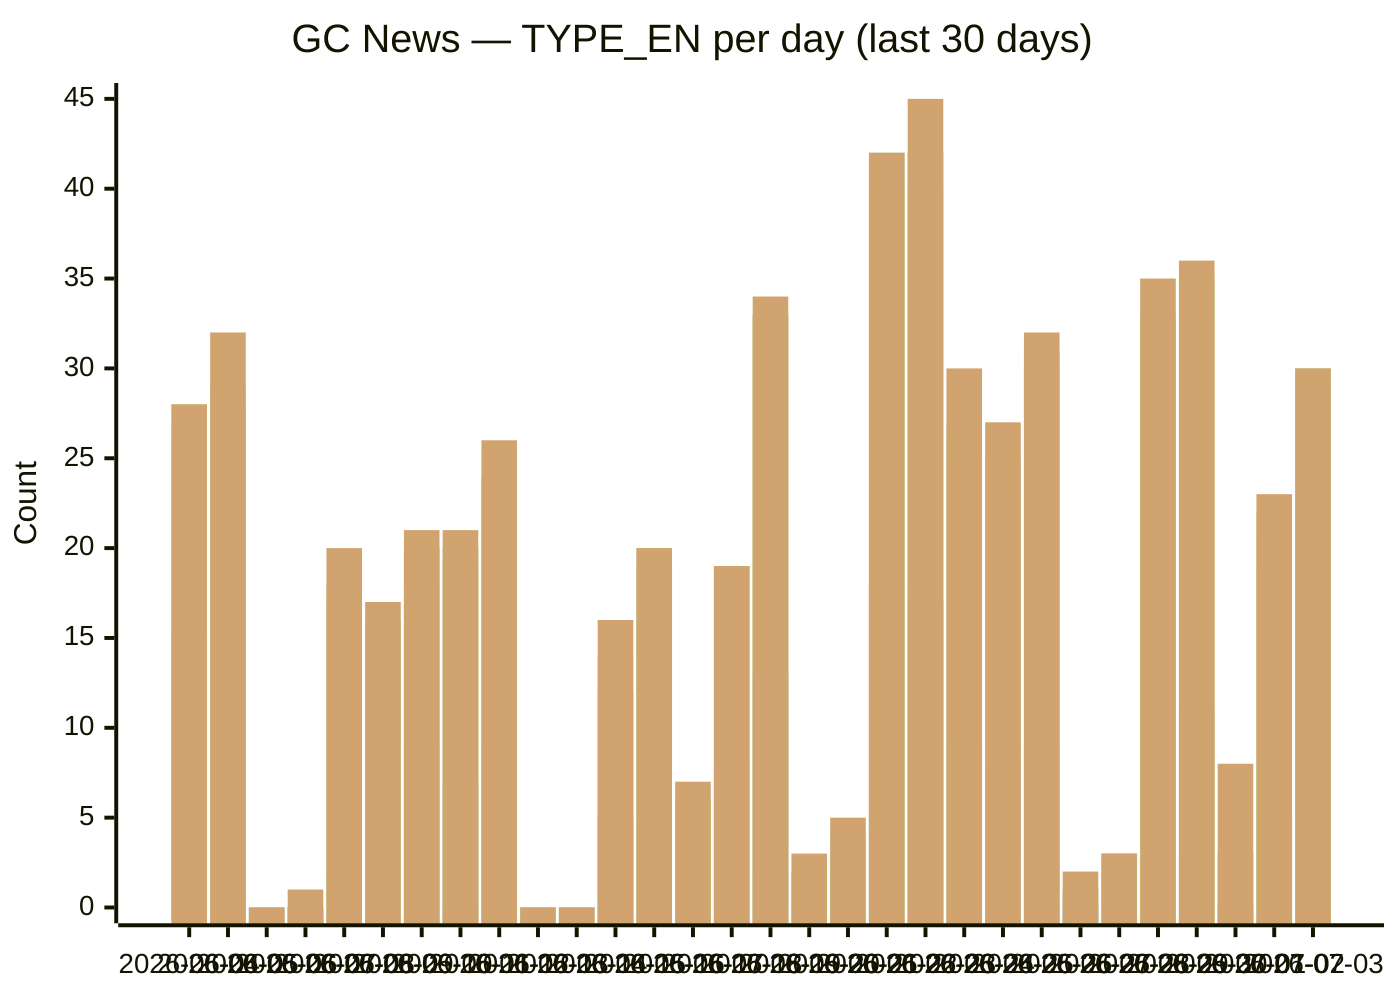
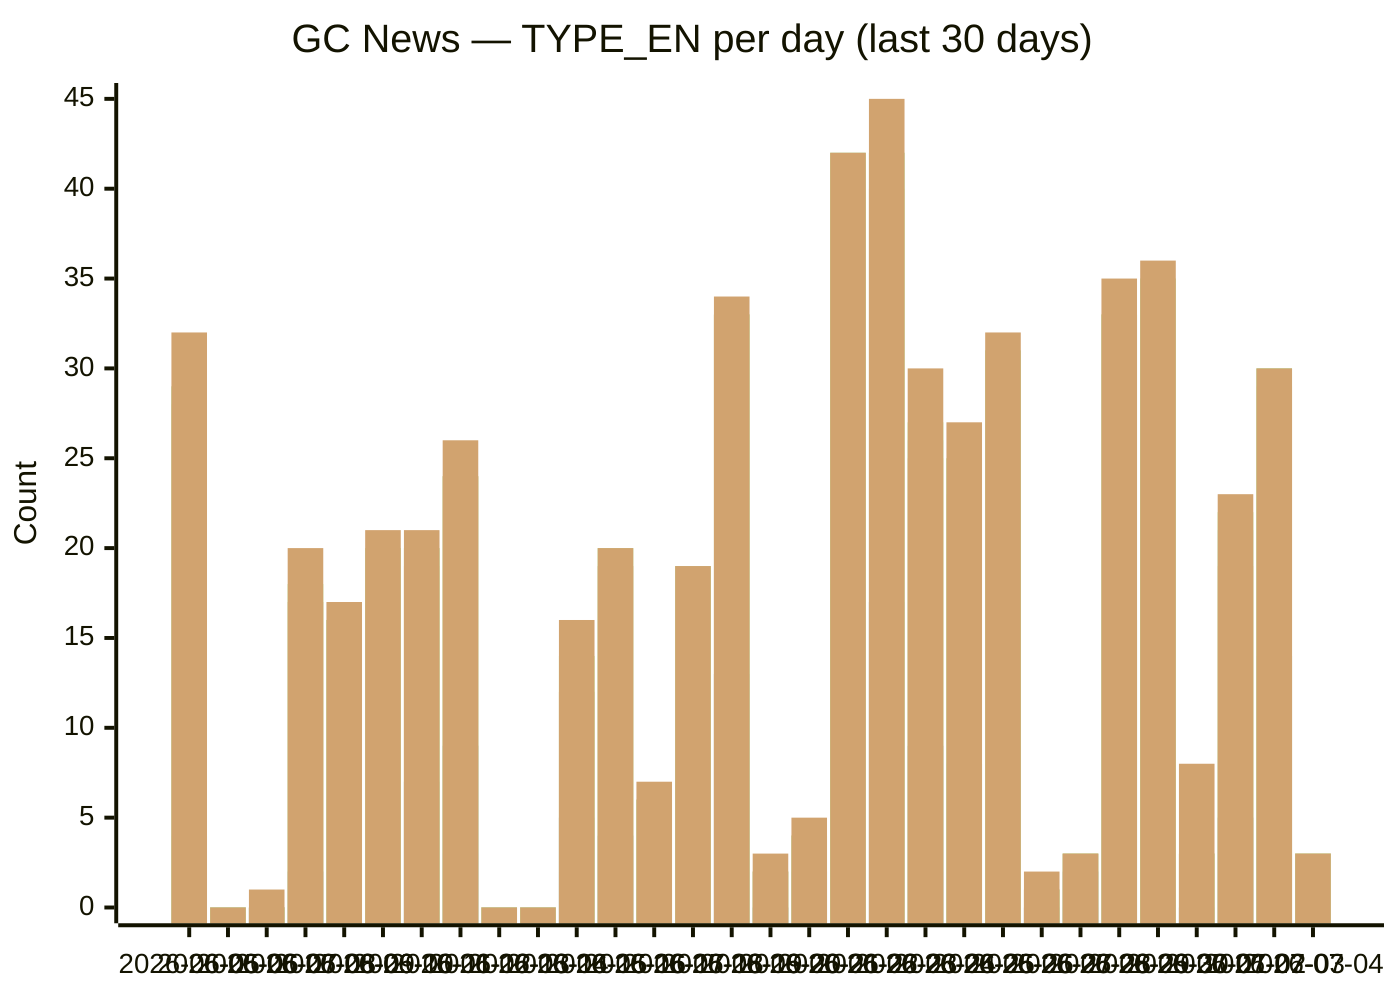
xychart-beta
  title "GC News — TYPE_EN per day (last 30 days)"
-   x-axis [2026-06-04, 2026-06-05, 2026-06-06, 2026-06-07, 2026-06-08, 2026-06-09, 2026-06-10, 2026-06-11, 2026-06-12, 2026-06-13, 2026-06-14, 2026-06-15, 2026-06-16, 2026-06-17, 2026-06-18, 2026-06-19, 2026-06-20, 2026-06-21, 2026-06-22, 2026-06-23, 2026-06-24, 2026-06-25, 2026-06-26, 2026-06-27, 2026-06-28, 2026-06-29, 2026-06-30, 2026-07-01, 2026-07-02, 2026-07-03]
+   x-axis [2026-06-05, 2026-06-06, 2026-06-07, 2026-06-08, 2026-06-09, 2026-06-10, 2026-06-11, 2026-06-12, 2026-06-13, 2026-06-14, 2026-06-15, 2026-06-16, 2026-06-17, 2026-06-18, 2026-06-19, 2026-06-20, 2026-06-21, 2026-06-22, 2026-06-23, 2026-06-24, 2026-06-25, 2026-06-26, 2026-06-27, 2026-06-28, 2026-06-29, 2026-06-30, 2026-07-01, 2026-07-02, 2026-07-03, 2026-07-04]
  y-axis "Count" 0 --> 45
-   bar backgrounders [2, 0, 0, 0, 0, 3, 2, 0, 3, 0, 0, 2, 3, 1, 2, 2, 0, 0, 3, 6, 2, 2, 3, 0, 0, 4, 3, 0, 1, 3]
-   bar "media advisories" [15, 4, 0, 0, 2, 6, 9, 7, 9, 0, 0, 5, 4, 1, 8, 13, 0, 2, 18, 17, 9, 8, 9, 0, 2, 16, 11, 0, 5, 14]
-   bar "news releases" [26, 28, 0, 0, 17, 16, 18, 19, 24, 0, 0, 12, 19, 6, 19, 33, 2, 4, 40, 40, 25, 23, 30, 1, 3, 33, 33, 3, 19, 29]
-   bar readouts [27, 29, 0, 0, 17, 16, 20, 20, 24, 0, 0, 12, 19, 6, 19, 33, 2, 4, 42, 42, 26, 25, 31, 1, 3, 33, 35, 3, 21, 30]
-   bar speeches [28, 29, 0, 0, 18, 16, 20, 20, 24, 0, 0, 14, 20, 6, 19, 33, 2, 4, 42, 42, 27, 25, 31, 1, 3, 33, 35, 3, 22, 30]
-   bar statements [28, 32, 0, 1, 20, 17, 21, 21, 26, 0, 0, 16, 20, 7, 19, 34, 3, 5, 42, 45, 30, 27, 32, 2, 3, 35, 36, 8, 23, 30]
+   bar backgrounders [0, 0, 0, 0, 3, 2, 0, 3, 0, 0, 2, 3, 1, 2, 2, 0, 0, 3, 6, 2, 2, 3, 0, 0, 4, 3, 0, 1, 3, 1]
+   bar "media advisories" [4, 0, 0, 2, 6, 9, 7, 9, 0, 0, 5, 4, 1, 8, 13, 0, 2, 18, 17, 9, 8, 9, 0, 2, 16, 11, 0, 5, 14, 1]
+   bar "news releases" [28, 0, 0, 17, 16, 18, 19, 24, 0, 0, 12, 19, 6, 19, 33, 2, 4, 40, 40, 25, 23, 30, 1, 3, 33, 33, 3, 19, 29, 3]
+   bar readouts [29, 0, 0, 17, 16, 20, 20, 24, 0, 0, 12, 19, 6, 19, 33, 2, 4, 42, 42, 26, 25, 31, 1, 3, 33, 35, 3, 21, 30, 3]
+   bar speeches [29, 0, 0, 18, 16, 20, 20, 24, 0, 0, 14, 20, 6, 19, 33, 2, 4, 42, 42, 27, 25, 31, 1, 3, 33, 35, 3, 22, 30, 3]
+   bar statements [32, 0, 1, 20, 17, 21, 21, 26, 0, 0, 16, 20, 7, 19, 34, 3, 5, 42, 45, 30, 27, 32, 2, 3, 35, 36, 8, 23, 30, 3]
